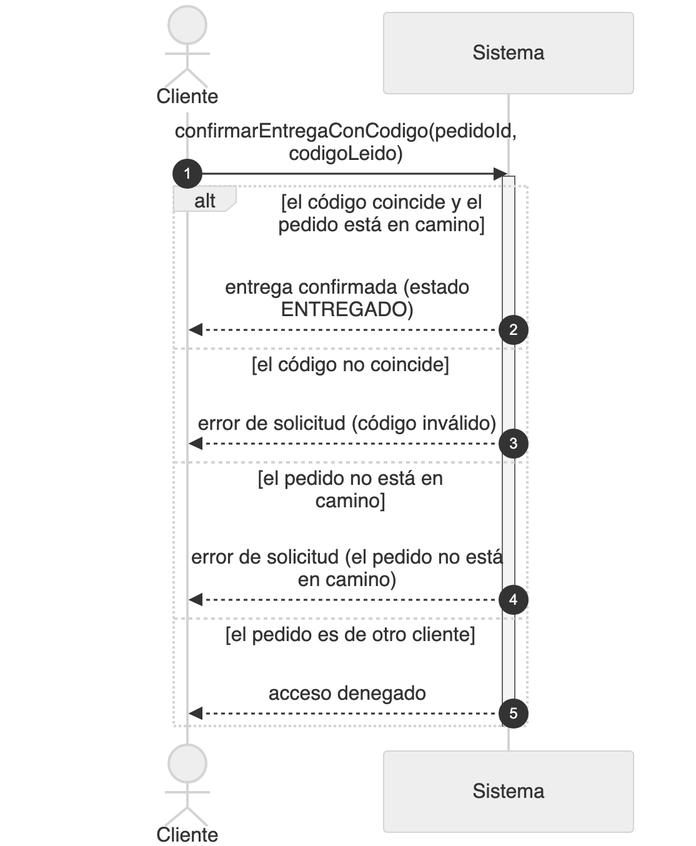
Before: diagramas/png/DSS_CU-079_Confirmar-Entrega-Escaneando-El-Qr.png, a diagram exported from Mermaid (Nahuelito-Dev/splg-docs). Its source is kept beside it as diagramas/DSS_CU-079_Confirmar-Entrega-Escaneando-El-Qr.mmd.
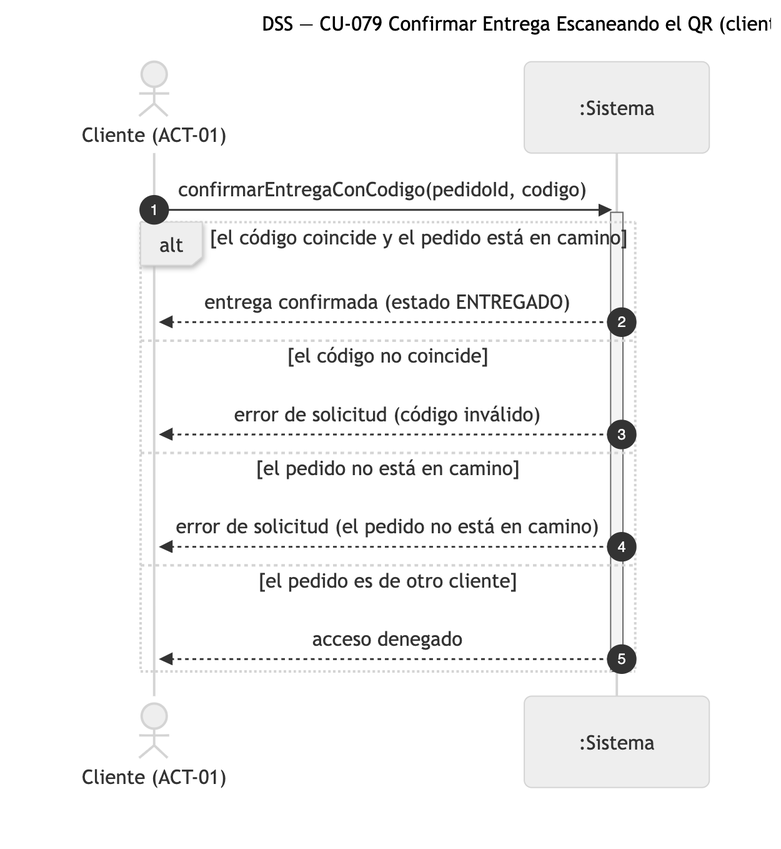
Above is the later version.

Change to the diagram source:
```diff
@@ -1,10 +1,10 @@
 sequenceDiagram
-    title DSS — CU-079 Confirmar Entrega Escaneando El Qr
+    title DSS — CU-079 Confirmar Entrega Escaneando el QR (cliente)
     autonumber
-    actor CLI as Cliente
-    participant SIS as Sistema
+    actor CLI as Cliente (ACT-01)
+    participant SIS as :Sistema
 
-    CLI->>SIS: confirmarEntregaConCodigo(pedidoId, codigoLeido)
+    CLI->>SIS: confirmarEntregaConCodigo(pedidoId, codigo)
     activate SIS
     alt el código coincide y el pedido está en camino
         SIS-->>CLI: entrega confirmada (estado ENTREGADO)
```
